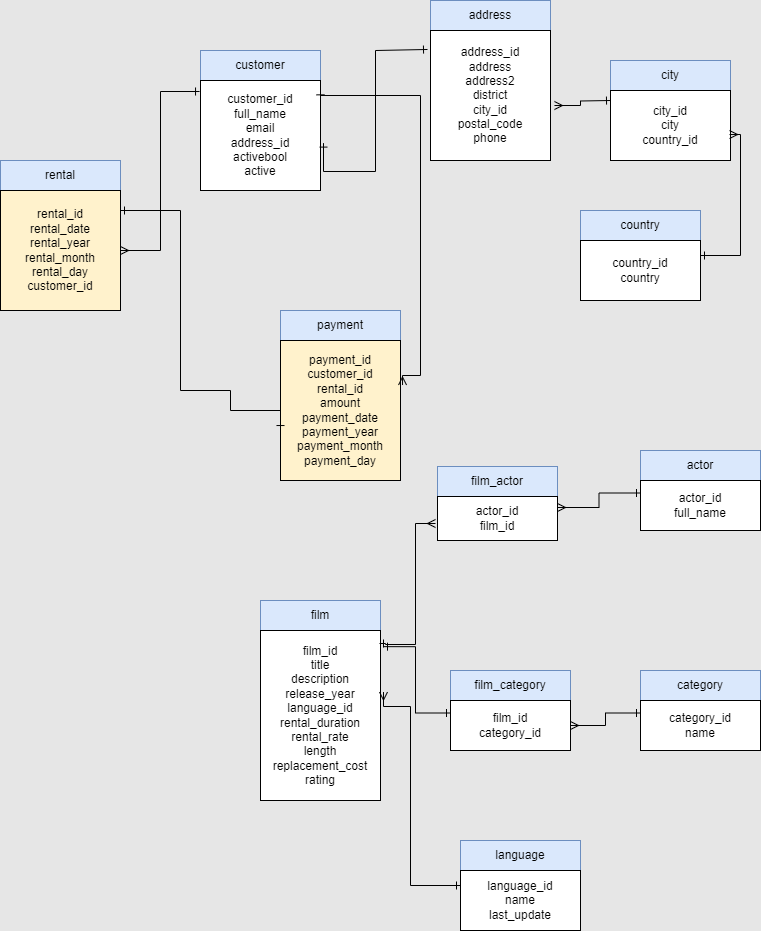
csillatepliczky/c371dataanalysis_final_project keeps this draw.io diagram as ER_diagram_dvdrental_cleaned.png. Above is the earlier version. Source tidied: cells renumbered, new cells last; positions are measured from the earlier drawing's top-left corner, leaving out a move shared by most shapes. Its diagram source:
```xml
<mxGraphModel background="#E6E6E6">
  <root>
    <mxCell id="0" />
    <mxCell id="1" parent="0" />
    <mxCell id="2" value="actor" style="rounded=0;whiteSpace=wrap;html=1;fillColor=#dae8fc;strokeColor=#6c8ebf;" parent="1" vertex="1">
      <mxGeometry x="640" y="450" width="120" height="30" as="geometry" />
    </mxCell>
    <mxCell id="3" value="actor_id&lt;br&gt;full_name" style="rounded=0;whiteSpace=wrap;html=1;" parent="1" vertex="1">
      <mxGeometry x="640" y="480" width="120" height="50" as="geometry" />
    </mxCell>
    <mxCell id="4" value="address" style="rounded=0;whiteSpace=wrap;html=1;fillColor=#dae8fc;strokeColor=#6c8ebf;" parent="1" vertex="1">
      <mxGeometry x="430" width="120" height="30" as="geometry" />
    </mxCell>
    <mxCell id="5" value="address_id&lt;br&gt;address&lt;br&gt;address2&lt;br&gt;district&lt;br&gt;city_id&lt;br&gt;postal_code&lt;br&gt;phone" style="rounded=0;whiteSpace=wrap;html=1;" parent="1" vertex="1">
      <mxGeometry x="430" y="30" width="120" height="130" as="geometry" />
    </mxCell>
    <mxCell id="6" value="city" style="rounded=0;whiteSpace=wrap;html=1;fillColor=#dae8fc;strokeColor=#6c8ebf;" parent="1" vertex="1">
      <mxGeometry x="610" y="60" width="120" height="30" as="geometry" />
    </mxCell>
    <mxCell id="7" value="city_id&lt;br&gt;city&lt;br&gt;country_id" style="rounded=0;whiteSpace=wrap;html=1;" parent="1" vertex="1">
      <mxGeometry x="610" y="90" width="120" height="70" as="geometry" />
    </mxCell>
    <mxCell id="8" style="endArrow=ERone;html=1;rounded=0;exitX=1.033;exitY=0.577;exitDx=0;exitDy=0;exitPerimeter=0;edgeStyle=orthogonalEdgeStyle;startArrow=ERmany;startFill=0;endFill=0;" parent="1" edge="1" source="5">
      <mxGeometry relative="1" as="geometry">
        <mxPoint x="610" y="100" as="targetPoint" />
      </mxGeometry>
    </mxCell>
    <mxCell id="9" value="category" style="rounded=0;whiteSpace=wrap;html=1;fillColor=#dae8fc;strokeColor=#6c8ebf;" parent="1" vertex="1">
      <mxGeometry x="640" y="670" width="120" height="30" as="geometry" />
    </mxCell>
    <mxCell id="10" value="category_id&lt;br&gt;name" style="rounded=0;whiteSpace=wrap;html=1;" parent="1" vertex="1">
      <mxGeometry x="640" y="700" width="120" height="50" as="geometry" />
    </mxCell>
    <mxCell id="11" value="country" style="rounded=0;whiteSpace=wrap;html=1;fillColor=#dae8fc;strokeColor=#6c8ebf;" parent="1" vertex="1">
      <mxGeometry x="580" y="210" width="120" height="30" as="geometry" />
    </mxCell>
    <mxCell id="12" value="country_id&lt;br&gt;country" style="rounded=0;whiteSpace=wrap;html=1;" parent="1" vertex="1">
      <mxGeometry x="580" y="240" width="120" height="60" as="geometry" />
    </mxCell>
    <mxCell id="13" style="endArrow=ERmany;html=1;rounded=0;exitX=1;exitY=0.25;exitDx=0;exitDy=0;edgeStyle=orthogonalEdgeStyle;entryX=0.992;entryY=0.629;entryDx=0;entryDy=0;entryPerimeter=0;startArrow=ERone;startFill=0;endFill=0;" parent="1" edge="1" source="12" target="7">
      <mxGeometry relative="1" as="geometry" />
    </mxCell>
    <mxCell id="14" value="customer" style="rounded=0;whiteSpace=wrap;html=1;fillColor=#dae8fc;strokeColor=#6c8ebf;" parent="1" vertex="1">
      <mxGeometry x="200" y="50" width="120" height="30" as="geometry" />
    </mxCell>
    <mxCell id="15" value="customer_id&lt;br&gt;full_name&lt;br&gt;email&lt;br&gt;address_id&lt;br&gt;activebool&lt;br&gt;active" style="rounded=0;whiteSpace=wrap;html=1;" parent="1" vertex="1">
      <mxGeometry x="200" y="80" width="120" height="110" as="geometry" />
    </mxCell>
    <mxCell id="16" style="endArrow=ERone;html=1;rounded=0;exitX=1.025;exitY=0.569;exitDx=0;exitDy=0;exitPerimeter=0;edgeStyle=orthogonalEdgeStyle;startArrow=ERone;startFill=0;endFill=0;entryX=-0.025;entryY=0.146;entryDx=0;entryDy=0;entryPerimeter=0;" parent="1" edge="1" source="15" target="5">
      <mxGeometry relative="1" as="geometry">
        <Array as="points">
          <mxPoint x="375" y="171" />
          <mxPoint x="375" y="50" />
        </Array>
      </mxGeometry>
    </mxCell>
    <mxCell id="17" value="film" style="rounded=0;whiteSpace=wrap;html=1;fillColor=#dae8fc;strokeColor=#6c8ebf;" parent="1" vertex="1">
      <mxGeometry x="260" y="600" width="120" height="30" as="geometry" />
    </mxCell>
    <mxCell id="18" value="film_id&lt;br&gt;title&lt;br&gt;description&lt;br&gt;release_year&lt;br&gt;language_id&lt;br&gt;rental_duration&lt;br&gt;rental_rate&lt;br&gt;length&lt;br&gt;replacement_cost&lt;br&gt;rating" style="rounded=0;whiteSpace=wrap;html=1;" parent="1" vertex="1">
      <mxGeometry x="260" y="630" width="120" height="170" as="geometry" />
    </mxCell>
    <mxCell id="19" value="film_actor" style="rounded=0;whiteSpace=wrap;html=1;fillColor=#dae8fc;strokeColor=#6c8ebf;" parent="1" vertex="1">
      <mxGeometry x="437" y="466" width="120" height="30" as="geometry" />
    </mxCell>
    <mxCell id="20" value="actor_id&lt;br&gt;film_id" style="rounded=0;whiteSpace=wrap;html=1;" parent="1" vertex="1">
      <mxGeometry x="437" y="496" width="120" height="44" as="geometry" />
    </mxCell>
    <mxCell id="21" style="endArrow=ERone;html=1;rounded=0;entryX=0;entryY=0.25;entryDx=0;entryDy=0;exitX=1;exitY=0.25;exitDx=0;exitDy=0;edgeStyle=orthogonalEdgeStyle;startArrow=ERmany;startFill=0;endFill=0;" parent="1" edge="1" source="20" target="3">
      <mxGeometry relative="1" as="geometry" />
    </mxCell>
    <mxCell id="22" style="endArrow=ERmany;html=1;rounded=0;entryX=0;entryY=0.25;entryDx=0;entryDy=0;edgeStyle=orthogonalEdgeStyle;startArrow=ERone;startFill=0;endFill=0;" parent="1" edge="1">
      <mxGeometry relative="1" as="geometry">
        <mxPoint x="379" y="643" as="sourcePoint" />
        <mxPoint x="435" y="523" as="targetPoint" />
        <Array as="points">
          <mxPoint x="385" y="643" />
          <mxPoint x="385" y="644" />
          <mxPoint x="415" y="644" />
          <mxPoint x="415" y="523" />
        </Array>
      </mxGeometry>
    </mxCell>
    <mxCell id="23" value="film_category" style="rounded=0;whiteSpace=wrap;html=1;fillColor=#dae8fc;strokeColor=#6c8ebf;" parent="1" vertex="1">
      <mxGeometry x="450" y="670" width="120" height="30" as="geometry" />
    </mxCell>
    <mxCell id="24" value="film_id&lt;br&gt;category_id" style="rounded=0;whiteSpace=wrap;html=1;" parent="1" vertex="1">
      <mxGeometry x="450" y="700" width="120" height="50" as="geometry" />
    </mxCell>
    <mxCell id="25" style="endArrow=ERone;html=1;rounded=0;edgeStyle=orthogonalEdgeStyle;entryX=0;entryY=0.25;entryDx=0;entryDy=0;exitX=1.025;exitY=0.095;exitDx=0;exitDy=0;exitPerimeter=0;startArrow=ERone;startFill=0;endFill=0;" parent="1" edge="1" source="18" target="24">
      <mxGeometry relative="1" as="geometry" />
    </mxCell>
    <mxCell id="26" style="endArrow=ERone;html=1;rounded=0;exitX=1;exitY=0.5;exitDx=0;exitDy=0;entryX=0;entryY=0.25;entryDx=0;entryDy=0;edgeStyle=orthogonalEdgeStyle;startArrow=ERmany;startFill=0;endFill=0;" parent="1" edge="1" source="24" target="10">
      <mxGeometry relative="1" as="geometry" />
    </mxCell>
    <mxCell id="27" value="language" style="rounded=0;whiteSpace=wrap;html=1;fillColor=#dae8fc;strokeColor=#6c8ebf;" parent="1" vertex="1">
      <mxGeometry x="460" y="840" width="120" height="30" as="geometry" />
    </mxCell>
    <mxCell id="28" value="language_id&lt;br&gt;name&lt;br&gt;last_update" style="rounded=0;whiteSpace=wrap;html=1;" parent="1" vertex="1">
      <mxGeometry x="460" y="870" width="120" height="60" as="geometry" />
    </mxCell>
    <mxCell id="29" style="endArrow=ERone;html=1;rounded=0;exitX=1.025;exitY=0.362;exitDx=0;exitDy=0;exitPerimeter=0;entryX=0;entryY=0.25;entryDx=0;entryDy=0;edgeStyle=orthogonalEdgeStyle;startArrow=ERmany;startFill=0;endFill=0;" parent="1" edge="1" source="18" target="28">
      <mxGeometry relative="1" as="geometry">
        <Array as="points">
          <mxPoint x="410" y="706" />
          <mxPoint x="410" y="885" />
        </Array>
      </mxGeometry>
    </mxCell>
    <mxCell id="30" value="payment" style="rounded=0;whiteSpace=wrap;html=1;fillColor=#dae8fc;strokeColor=#6c8ebf;" parent="1" vertex="1">
      <mxGeometry x="280" y="310" width="120" height="30" as="geometry" />
    </mxCell>
    <mxCell id="31" value="payment_id&lt;br&gt;customer_id&lt;br&gt;rental_id&lt;br&gt;amount&lt;br&gt;payment_date&lt;br&gt;payment_year&lt;br&gt;payment_month&lt;br&gt;payment_day" style="rounded=0;whiteSpace=wrap;html=1;fillColor=#FFF2CC;" parent="1" vertex="1">
      <mxGeometry x="280" y="340" width="120" height="140" as="geometry" />
    </mxCell>
    <mxCell id="32" value="rental" style="rounded=0;whiteSpace=wrap;html=1;fillColor=#dae8fc;strokeColor=#6c8ebf;" parent="1" vertex="1">
      <mxGeometry y="160" width="120" height="30" as="geometry" />
    </mxCell>
    <mxCell id="33" value="rental_id&lt;br&gt;rental_date&lt;br&gt;rental_year&lt;br&gt;rental_month&lt;br&gt;rental_day&lt;br&gt;customer_id" style="rounded=0;whiteSpace=wrap;html=1;fillColor=#FFF2CC;" parent="1" vertex="1">
      <mxGeometry y="190" width="120" height="120" as="geometry" />
    </mxCell>
    <mxCell id="34" style="endArrow=ERone;html=1;rounded=0;exitX=1.017;exitY=0.318;exitDx=0;exitDy=0;exitPerimeter=0;entryX=1;entryY=0.094;entryDx=0;entryDy=0;entryPerimeter=0;edgeStyle=orthogonalEdgeStyle;startArrow=ERmany;startFill=0;endFill=0;" parent="1" edge="1" source="31" target="15">
      <mxGeometry relative="1" as="geometry">
        <Array as="points">
          <mxPoint x="420" y="375" />
          <mxPoint x="420" y="95" />
        </Array>
      </mxGeometry>
    </mxCell>
    <mxCell id="35" style="endArrow=ERone;html=1;rounded=0;entryX=0;entryY=0.636;entryDx=0;entryDy=0;entryPerimeter=0;edgeStyle=orthogonalEdgeStyle;startArrow=ERone;startFill=0;endFill=0;" parent="1" edge="1" target="31">
      <mxGeometry relative="1" as="geometry">
        <mxPoint x="120" y="210" as="sourcePoint" />
        <Array as="points">
          <mxPoint x="180" y="210" />
          <mxPoint x="180" y="390" />
          <mxPoint x="230" y="390" />
          <mxPoint x="230" y="410" />
        </Array>
      </mxGeometry>
    </mxCell>
    <mxCell id="36" style="endArrow=ERone;html=1;rounded=0;exitX=1;exitY=0.5;exitDx=0;exitDy=0;entryX=-0.008;entryY=0.1;entryDx=0;entryDy=0;entryPerimeter=0;edgeStyle=orthogonalEdgeStyle;startArrow=ERmany;startFill=0;endFill=0;" parent="1" edge="1" source="33" target="15">
      <mxGeometry relative="1" as="geometry" />
    </mxCell>
  </root>
</mxGraphModel>
```
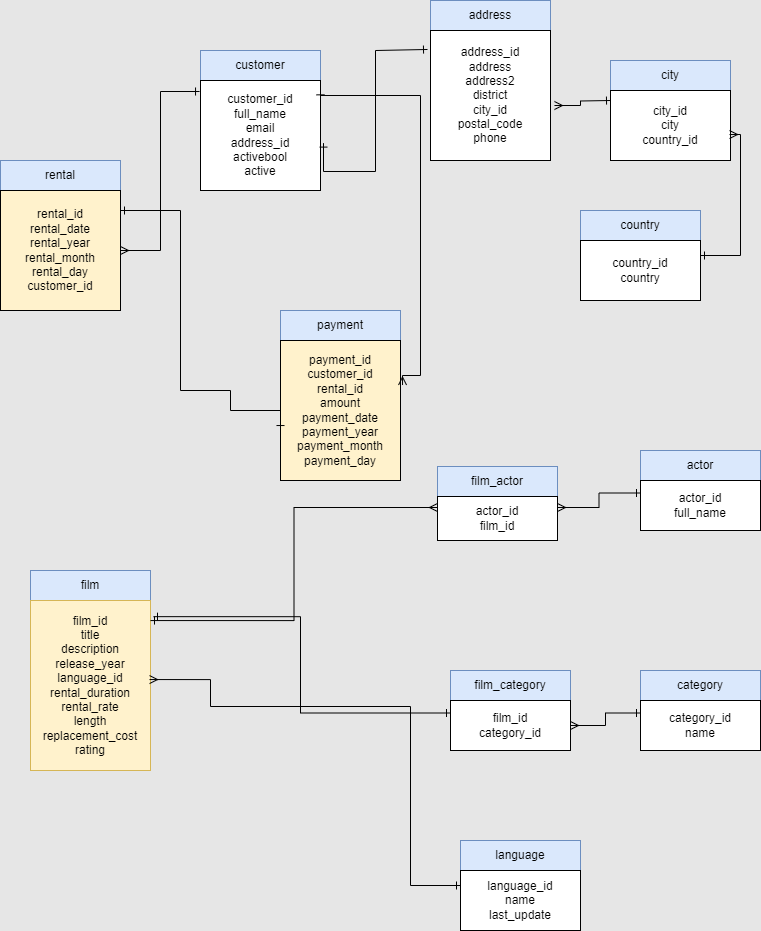
After the change.

Diff of the diagram source:
```diff
@@ -55,10 +55,10 @@
       </mxGeometry>
     </mxCell>
     <mxCell id="17" value="film" style="rounded=0;whiteSpace=wrap;html=1;fillColor=#dae8fc;strokeColor=#6c8ebf;" parent="1" vertex="1">
-      <mxGeometry x="260" y="600" width="120" height="30" as="geometry" />
+      <mxGeometry x="30" y="570" width="120" height="30" as="geometry" />
     </mxCell>
-    <mxCell id="18" value="film_id&lt;br&gt;title&lt;br&gt;description&lt;br&gt;release_year&lt;br&gt;language_id&lt;br&gt;rental_duration&lt;br&gt;rental_rate&lt;br&gt;length&lt;br&gt;replacement_cost&lt;br&gt;rating" style="rounded=0;whiteSpace=wrap;html=1;" parent="1" vertex="1">
-      <mxGeometry x="260" y="630" width="120" height="170" as="geometry" />
+    <mxCell id="18" value="film_id&lt;br&gt;title&lt;br&gt;description&lt;br&gt;release_year&lt;br&gt;language_id&lt;br&gt;rental_duration&lt;br&gt;rental_rate&lt;br&gt;length&lt;br&gt;replacement_cost&lt;br&gt;rating" style="rounded=0;whiteSpace=wrap;html=1;fillColor=#fff2cc;strokeColor=#d6b656;" parent="1" vertex="1">
+      <mxGeometry x="30" y="600" width="120" height="170" as="geometry" />
     </mxCell>
     <mxCell id="19" value="film_actor" style="rounded=0;whiteSpace=wrap;html=1;fillColor=#dae8fc;strokeColor=#6c8ebf;" parent="1" vertex="1">
       <mxGeometry x="437" y="466" width="120" height="30" as="geometry" />
@@ -69,18 +69,6 @@
     <mxCell id="21" style="endArrow=ERone;html=1;rounded=0;entryX=0;entryY=0.25;entryDx=0;entryDy=0;exitX=1;exitY=0.25;exitDx=0;exitDy=0;edgeStyle=orthogonalEdgeStyle;startArrow=ERmany;startFill=0;endFill=0;" parent="1" edge="1" source="20" target="3">
       <mxGeometry relative="1" as="geometry" />
     </mxCell>
-    <mxCell id="22" style="endArrow=ERmany;html=1;rounded=0;entryX=0;entryY=0.25;entryDx=0;entryDy=0;edgeStyle=orthogonalEdgeStyle;startArrow=ERone;startFill=0;endFill=0;" parent="1" edge="1">
-      <mxGeometry relative="1" as="geometry">
-        <mxPoint x="379" y="643" as="sourcePoint" />
-        <mxPoint x="435" y="523" as="targetPoint" />
-        <Array as="points">
-          <mxPoint x="385" y="643" />
-          <mxPoint x="385" y="644" />
-          <mxPoint x="415" y="644" />
-          <mxPoint x="415" y="523" />
-        </Array>
-      </mxGeometry>
-    </mxCell>
     <mxCell id="23" value="film_category" style="rounded=0;whiteSpace=wrap;html=1;fillColor=#dae8fc;strokeColor=#6c8ebf;" parent="1" vertex="1">
       <mxGeometry x="450" y="670" width="120" height="30" as="geometry" />
     </mxCell>
@@ -99,9 +87,11 @@
     <mxCell id="28" value="language_id&lt;br&gt;name&lt;br&gt;last_update" style="rounded=0;whiteSpace=wrap;html=1;" parent="1" vertex="1">
       <mxGeometry x="460" y="870" width="120" height="60" as="geometry" />
     </mxCell>
-    <mxCell id="29" style="endArrow=ERone;html=1;rounded=0;exitX=1.025;exitY=0.362;exitDx=0;exitDy=0;exitPerimeter=0;entryX=0;entryY=0.25;entryDx=0;entryDy=0;edgeStyle=orthogonalEdgeStyle;startArrow=ERmany;startFill=0;endFill=0;" parent="1" edge="1" source="18" target="28">
+    <mxCell id="29" style="endArrow=ERone;html=1;rounded=0;exitX=0.992;exitY=0.465;exitDx=0;exitDy=0;exitPerimeter=0;entryX=0;entryY=0.25;entryDx=0;entryDy=0;edgeStyle=orthogonalEdgeStyle;startArrow=ERmany;startFill=0;endFill=0;" parent="1" edge="1" source="18" target="28">
       <mxGeometry relative="1" as="geometry">
         <Array as="points">
+          <mxPoint x="210" y="679" />
+          <mxPoint x="210" y="706" />
           <mxPoint x="410" y="706" />
           <mxPoint x="410" y="885" />
         </Array>
@@ -141,5 +131,8 @@
     <mxCell id="36" style="endArrow=ERone;html=1;rounded=0;exitX=1;exitY=0.5;exitDx=0;exitDy=0;entryX=-0.008;entryY=0.1;entryDx=0;entryDy=0;entryPerimeter=0;edgeStyle=orthogonalEdgeStyle;startArrow=ERmany;startFill=0;endFill=0;" parent="1" edge="1" source="33" target="15">
       <mxGeometry relative="1" as="geometry" />
     </mxCell>
+    <mxCell id="37" style="endArrow=ERmany;html=1;rounded=0;entryX=0;entryY=0.25;entryDx=0;entryDy=0;exitX=1;exitY=0.118;exitDx=0;exitDy=0;exitPerimeter=0;edgeStyle=orthogonalEdgeStyle;startArrow=ERone;startFill=0;endFill=0;" parent="1" edge="1" source="18" target="20">
+      <mxGeometry relative="1" as="geometry" />
+    </mxCell>
   </root>
 </mxGraphModel>
```
